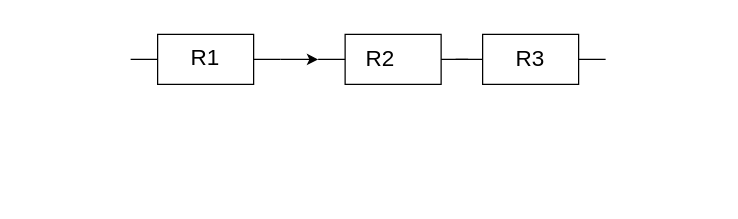
Above: diagrams/polaczenie-szeregowe.drawio in jpodolszanska/ieik-diagrams (draw.io), before the change. Source tidied: cells renumbered, new cells numbered last; positions are measured from the earlier drawing's top-left corner, leaving out a move shared by most shapes. Both pictures are drawn from the tidied source at 125%, with x=0, y=0 at pixel (130, 34).
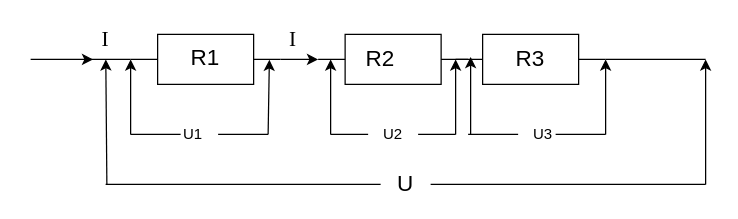
Above is the later version.

Unchanged cells that the change refers to:
```xml
<mxCell id="3" style="verticalLabelPosition=bottom;shadow=0;dashed=0;align=center;html=1;verticalAlign=top;shape=mxgraph.electrical.resistors.resistor_1;" parent="1" vertex="1">
  <mxGeometry width="120" height="40" as="geometry" />
</mxCell>
<mxCell id="5" style="verticalLabelPosition=bottom;shadow=0;dashed=0;align=center;html=1;verticalAlign=top;shape=mxgraph.electrical.resistors.resistor_1;" parent="1" vertex="1">
  <mxGeometry x="260" width="120" height="40" as="geometry" />
</mxCell>
```

Change to the diagram source:
```diff
@@
+    <mxCell id="9" style="endArrow=none;html=1;entryX=0;entryY=0.5;entryDx=0;entryDy=0;entryPerimeter=0;exitX=0.25;exitY=1;exitDx=0;exitDy=0;" parent="1" edge="1" source="11" target="3">
+      <mxGeometry relative="1" as="geometry" />
+    </mxCell>
+    <mxCell id="10" style="endArrow=none;html=1;" parent="1" edge="1">
+      <mxGeometry relative="1" as="geometry">
+        <mxPoint x="380" y="20" as="sourcePoint" />
+        <mxPoint x="460" y="20" as="targetPoint" />
+      </mxGeometry>
+    </mxCell>
+    <mxCell id="11" value="&lt;div style=&quot;font-size: 17px&quot;&gt;&lt;font style=&quot;font-size: 17px&quot; face=&quot;Times New Roman&quot;&gt;I&lt;/font&gt;&lt;/div&gt;" style="text;html=1;strokeColor=none;fillColor=none;align=center;verticalAlign=middle;whiteSpace=wrap;rounded=0;" parent="1" vertex="1">
+      <mxGeometry x="-50" y="-10" width="60" height="30" as="geometry" />
+    </mxCell>
+    <mxCell id="12" style="endArrow=classic;html=1;" parent="1" edge="1">
+      <mxGeometry relative="1" as="geometry">
+        <mxPoint x="-80" y="20" as="sourcePoint" />
+        <mxPoint x="-30" y="20" as="targetPoint" />
+      </mxGeometry>
+    </mxCell>
+    <mxCell id="13" value="&lt;div style=&quot;font-size: 17px&quot;&gt;&lt;font style=&quot;font-size: 17px&quot; face=&quot;Times New Roman&quot;&gt;I&lt;/font&gt;&lt;/div&gt;" style="text;html=1;strokeColor=none;fillColor=none;align=center;verticalAlign=middle;whiteSpace=wrap;rounded=0;" parent="1" vertex="1">
+      <mxGeometry x="100" y="-10" width="60" height="30" as="geometry" />
+    </mxCell>
+    <mxCell id="14" style="endArrow=classic;html=1;" parent="1" edge="1" target="11">
+      <mxGeometry relative="1" as="geometry">
+        <mxPoint x="-19" y="120" as="sourcePoint" />
+      </mxGeometry>
+    </mxCell>
+    <mxCell id="15" style="endArrow=none;html=1;" parent="1" edge="1">
+      <mxGeometry relative="1" as="geometry">
+        <mxPoint x="-20" y="120" as="sourcePoint" />
+        <mxPoint x="200" y="120" as="targetPoint" />
+      </mxGeometry>
+    </mxCell>
+    <mxCell id="16" style="endArrow=none;html=1;" parent="1" edge="1">
+      <mxGeometry relative="1" as="geometry">
+        <mxPoint x="240" y="120" as="sourcePoint" />
+        <mxPoint x="460" y="120" as="targetPoint" />
+      </mxGeometry>
+    </mxCell>
+    <mxCell id="17" style="endArrow=classic;html=1;" parent="1" edge="1">
+      <mxGeometry relative="1" as="geometry">
+        <mxPoint x="460" y="120" as="sourcePoint" />
+        <mxPoint x="460" y="20" as="targetPoint" />
+      </mxGeometry>
+    </mxCell>
+    <mxCell id="18" value="&lt;div style=&quot;font-size: 18px&quot;&gt;&lt;font style=&quot;font-size: 18px&quot;&gt;U&lt;/font&gt;&lt;/div&gt;" style="text;html=1;strokeColor=none;fillColor=none;align=center;verticalAlign=middle;whiteSpace=wrap;rounded=0;" parent="1" vertex="1">
+      <mxGeometry x="200" y="110" width="40" height="20" as="geometry" />
+    </mxCell>
+    <mxCell id="19" style="endArrow=classic;html=1;entryX=0;entryY=0.5;entryDx=0;entryDy=0;entryPerimeter=0;" parent="1" edge="1" target="3">
+      <mxGeometry relative="1" as="geometry">
+        <mxPoint y="80" as="sourcePoint" />
+      </mxGeometry>
+    </mxCell>
+    <mxCell id="20" style="endArrow=classic;html=1;entryX=0.925;entryY=0.507;entryDx=0;entryDy=0;entryPerimeter=0;" parent="1" edge="1" target="3">
+      <mxGeometry relative="1" as="geometry">
+        <mxPoint x="110" y="80" as="sourcePoint" />
+      </mxGeometry>
+    </mxCell>
+    <mxCell id="21" style="endArrow=classic;html=1;" parent="1" edge="1">
+      <mxGeometry relative="1" as="geometry">
+        <mxPoint x="160" y="80" as="sourcePoint" />
+        <mxPoint x="160" y="20" as="targetPoint" />
+      </mxGeometry>
+    </mxCell>
+    <mxCell id="22" style="endArrow=classic;html=1;entryX=0;entryY=0.5;entryDx=0;entryDy=0;entryPerimeter=0;" parent="1" edge="1" target="5">
+      <mxGeometry relative="1" as="geometry">
+        <mxPoint x="260" y="80" as="sourcePoint" />
+      </mxGeometry>
+    </mxCell>
+    <mxCell id="23" style="endArrow=classic;html=1;entryX=1;entryY=0.5;entryDx=0;entryDy=0;entryPerimeter=0;" parent="1" edge="1" target="5">
+      <mxGeometry relative="1" as="geometry">
+        <mxPoint x="380" y="80" as="sourcePoint" />
+      </mxGeometry>
+    </mxCell>
+    <mxCell id="24" style="endArrow=none;html=1;" parent="1" edge="1">
+      <mxGeometry relative="1" as="geometry">
+        <mxPoint y="80" as="sourcePoint" />
+        <mxPoint x="40" y="80" as="targetPoint" />
+      </mxGeometry>
+    </mxCell>
+    <mxCell id="25" style="endArrow=none;html=1;" parent="1" edge="1">
+      <mxGeometry relative="1" as="geometry">
+        <mxPoint x="70" y="80" as="sourcePoint" />
+        <mxPoint x="110" y="80" as="targetPoint" />
+      </mxGeometry>
+    </mxCell>
+    <mxCell id="26" style="endArrow=none;html=1;" parent="1" edge="1">
+      <mxGeometry relative="1" as="geometry">
+        <mxPoint x="160" y="80" as="sourcePoint" />
+        <mxPoint x="190" y="80" as="targetPoint" />
+      </mxGeometry>
+    </mxCell>
+    <mxCell id="27" style="endArrow=none;html=1;" parent="1" edge="1">
+      <mxGeometry relative="1" as="geometry">
+        <mxPoint x="230" y="80" as="sourcePoint" />
+        <mxPoint x="260" y="80" as="targetPoint" />
+      </mxGeometry>
+    </mxCell>
+    <mxCell id="28" style="endArrow=none;html=1;" parent="1" edge="1">
+      <mxGeometry relative="1" as="geometry">
+        <mxPoint x="340" y="80" as="sourcePoint" />
+        <mxPoint x="380" y="80" as="targetPoint" />
+      </mxGeometry>
+    </mxCell>
+    <mxCell id="29" style="endArrow=classic;html=1;" parent="1" edge="1">
+      <mxGeometry relative="1" as="geometry">
+        <mxPoint x="272" y="80" as="sourcePoint" />
+        <mxPoint x="272" y="18" as="targetPoint" />
+      </mxGeometry>
+    </mxCell>
+    <mxCell id="30" style="endArrow=none;html=1;" parent="1" edge="1">
+      <mxGeometry relative="1" as="geometry">
+        <mxPoint x="270" y="80" as="sourcePoint" />
+        <mxPoint x="310" y="80" as="targetPoint" />
+      </mxGeometry>
+    </mxCell>
+    <mxCell id="31" value="U1" style="text;html=1;strokeColor=none;fillColor=none;align=center;verticalAlign=middle;whiteSpace=wrap;rounded=0;" parent="1" vertex="1">
+      <mxGeometry x="30" y="70" width="40" height="20" as="geometry" />
+    </mxCell>
+    <mxCell id="32" value="&lt;div&gt;U2&lt;/div&gt;" style="text;html=1;strokeColor=none;fillColor=none;align=center;verticalAlign=middle;whiteSpace=wrap;rounded=0;" parent="1" vertex="1">
+      <mxGeometry x="190" y="70" width="40" height="20" as="geometry" />
+    </mxCell>
+    <mxCell id="33" value="&lt;div&gt;U3&lt;/div&gt;" style="text;html=1;strokeColor=none;fillColor=none;align=center;verticalAlign=middle;whiteSpace=wrap;rounded=0;" parent="1" vertex="1">
+      <mxGeometry x="310" y="70" width="40" height="20" as="geometry" />
+    </mxCell>
```
